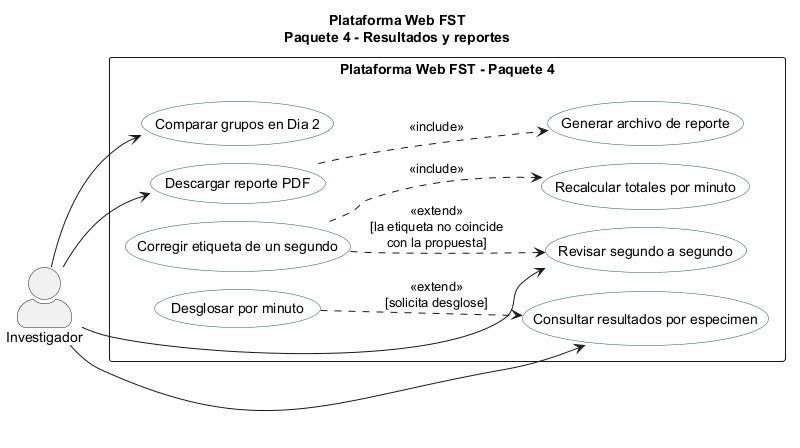
ErickJester/fst-ai-system-latex keeps this PlantUML diagram as figures/mermaid/cu_paquete4.png. Above is the earlier version.
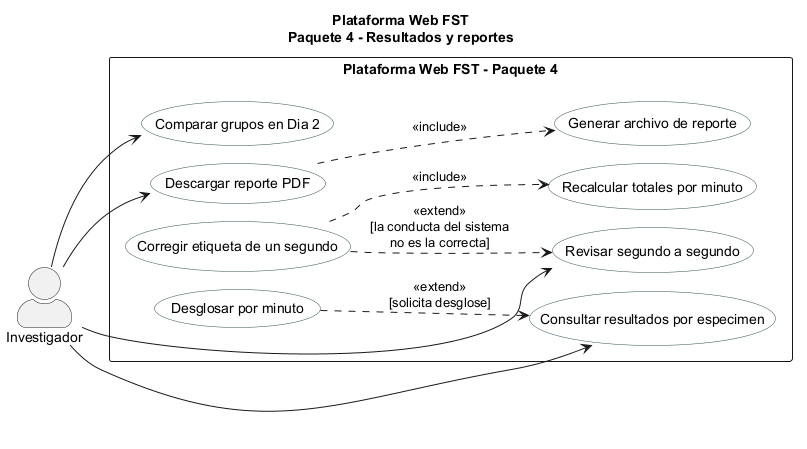
The same diagram one commit later.

The edit, as a diff of the source:
```diff
@@ -25,6 +25,6 @@
 UC42 ..> UC41 : <<extend>>\n[solicita desglose]
 UC45 ..> UC46 : <<include>>
 INV --> UC47
-UC48 ..> UC47 : <<extend>>\n[la etiqueta no coincide\ncon la propuesta]
+UC48 ..> UC47 : <<extend>>\n[la conducta del sistema\nno es la correcta]
 UC48 ..> UC49 : <<include>>
 @enduml
```
